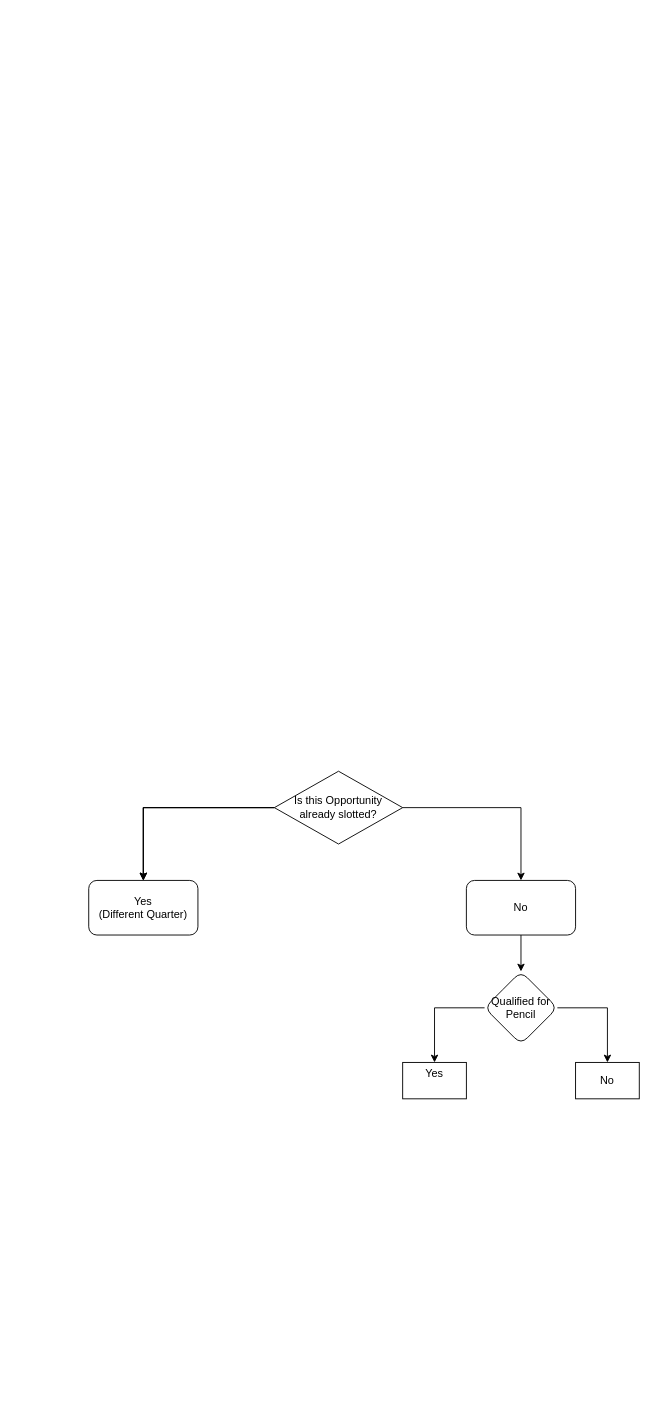
dclose84/Training keeps this draw.io diagram as md/Slot Optimization Program Qualification.drawio. Above is the earlier version. Source tidied: cells renumbered, new cells numbered last; positions are measured from the earlier drawing's top-left corner, leaving out a move shared by most shapes. Both pictures are drawn from the tidied source at 91%, with x=0, y=0 at pixel (88, 771).
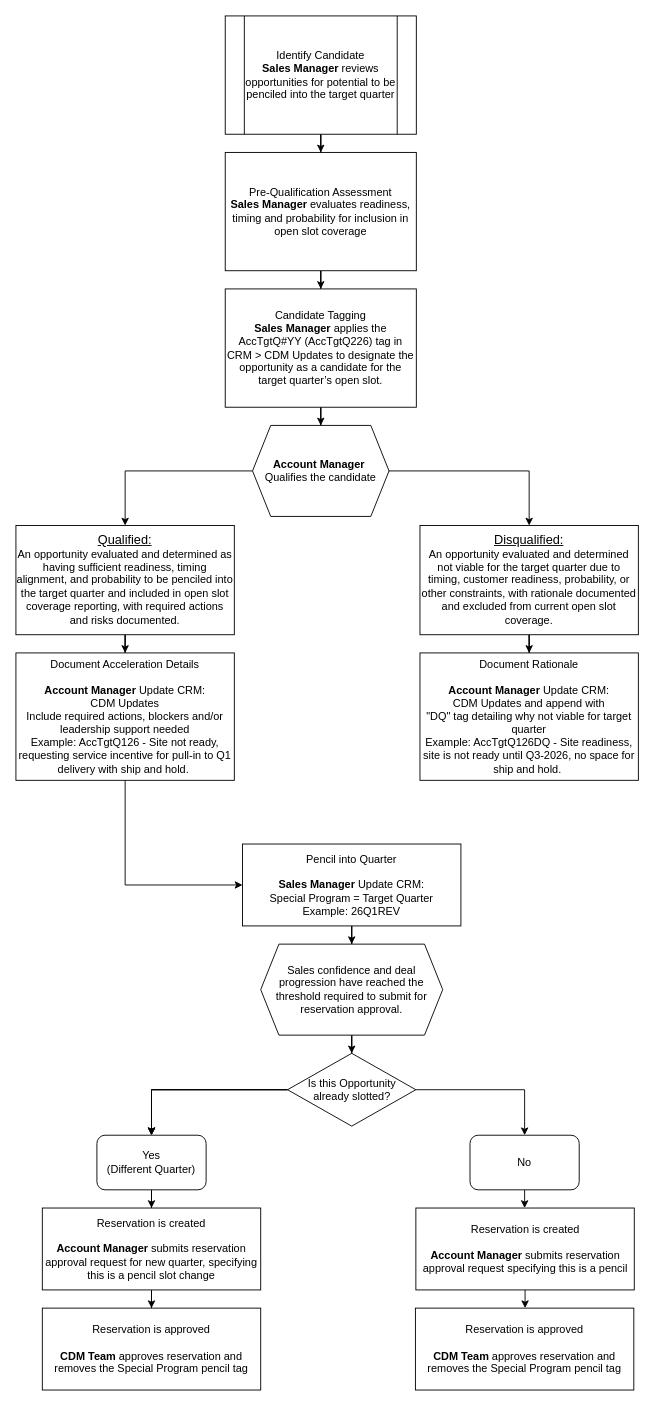
Above is the later version.

The edit, as a diff of the source:
```diff
@@
-    <mxCell id="2" style="edgeStyle=orthogonalEdgeStyle;rounded=0;jettySize=auto;html=1;" parent="1" edge="1" source="6" target="7">
-      <mxGeometry relative="1" as="geometry" />
-    </mxCell>
-    <mxCell id="3" style="edgeStyle=orthogonalEdgeStyle;rounded=0;jettySize=auto;html=1;" parent="1" edge="1" source="6" target="7">
-      <mxGeometry relative="1" as="geometry" />
-    </mxCell>
-    <mxCell id="4" style="edgeStyle=orthogonalEdgeStyle;rounded=0;jettySize=auto;html=1;" parent="1" edge="1" source="6" target="7">
-      <mxGeometry relative="1" as="geometry" />
-    </mxCell>
+    <mxCell id="15" style="edgeStyle=orthogonalEdgeStyle;rounded=0;jettySize=auto;html=1;" parent="1" edge="1" source="14" target="17">
+      <mxGeometry relative="1" as="geometry" />
+    </mxCell>
+    <mxCell id="14" value="&lt;font style=&quot;font-size: 14px;&quot;&gt;&lt;u&gt;Qualified:&lt;/u&gt;&lt;/font&gt;&lt;div&gt;&lt;font style=&quot;&quot;&gt;&lt;font&gt;An opportunity evaluated and determined as having sufficient readiness, timing alignment, and probability to be penciled into the target quarter and included in open slot coverage reporting, with required actions and risks documented.&lt;/font&gt;&lt;span style=&quot;font-size: 14px;&quot;&gt;&lt;u&gt;&lt;/u&gt;&lt;/span&gt;&lt;/font&gt;&lt;/div&gt;" style="rounded=0;whiteSpace=wrap;html=1;" parent="1" vertex="1">
+      <mxGeometry x="-80" y="-270" width="240" height="120" as="geometry" />
+    </mxCell>
+    <mxCell id="16" style="edgeStyle=orthogonalEdgeStyle;rounded=0;jettySize=auto;html=1;" parent="1" edge="1" source="17" target="31">
+      <mxGeometry relative="1" as="geometry">
+        <Array as="points">
+          <mxPoint x="40" y="125" />
+        </Array>
+      </mxGeometry>
+    </mxCell>
+    <mxCell id="17" value="&lt;div&gt;Document Acceleration Details&lt;/div&gt;&lt;div&gt;&lt;br&gt;&lt;/div&gt;&lt;div&gt;&lt;b&gt;Account Manager&lt;/b&gt; Update CRM:&lt;/div&gt;&lt;div&gt;CDM Updates&lt;/div&gt;&lt;div&gt;Include required actions, blockers and/or leadership support needed&lt;/div&gt;&lt;div&gt;Example: AccTgtQ126 - Site not ready, requesting service incentive for pull-in to Q1 delivery with ship and hold.&amp;nbsp;&lt;/div&gt;" style="rounded=0;whiteSpace=wrap;html=1;strokeColor=default;align=center;verticalAlign=middle;fontFamily=Helvetica;fontSize=12;fontColor=default;fillColor=default;" parent="1" vertex="1">
+      <mxGeometry x="-80" y="-130" width="240" height="140" as="geometry" />
+    </mxCell>
+    <mxCell id="18" style="edgeStyle=orthogonalEdgeStyle;rounded=0;jettySize=auto;html=1;" parent="1" edge="1" source="19" target="21">
+      <mxGeometry relative="1" as="geometry" />
+    </mxCell>
+    <mxCell id="19" value="Pre-Qualification Assessment&lt;div&gt;&lt;b&gt;Sales Manager&lt;/b&gt; evaluates readiness, timing and probability for inclusion in open slot coverage&lt;/div&gt;" style="whiteSpace=wrap;html=1;" parent="1" vertex="1">
+      <mxGeometry x="150" y="-680" width="210" height="130" as="geometry" />
+    </mxCell>
+    <mxCell id="20" style="edgeStyle=orthogonalEdgeStyle;rounded=0;jettySize=auto;html=1;" parent="1" edge="1" source="21" target="36">
+      <mxGeometry relative="1" as="geometry" />
+    </mxCell>
+    <mxCell id="21" value="&lt;div&gt;Candidate Tagging&lt;/div&gt;&lt;div&gt;&lt;b&gt;Sales Manager&lt;/b&gt; applies the AccTgtQ#YY (AccTgtQ226) tag in CRM &amp;gt; CDM Updates to designate the opportunity as a candidate for the target quarter’s open slot.&lt;/div&gt;" style="whiteSpace=wrap;html=1;" parent="1" vertex="1">
+      <mxGeometry x="150" y="-530" width="210" height="130" as="geometry" />
+    </mxCell>
+    <mxCell id="22" style="edgeStyle=orthogonalEdgeStyle;rounded=0;jettySize=auto;html=1;" parent="1" edge="1" source="23" target="24">
+      <mxGeometry relative="1" as="geometry" />
+    </mxCell>
+    <mxCell id="23" value="&lt;font style=&quot;font-size: 14px;&quot;&gt;&lt;u&gt;Disqualified:&lt;/u&gt;&lt;/font&gt;&lt;div&gt;&lt;font style=&quot;&quot;&gt;&lt;font&gt;An opportunity evaluated and determined not viable for the target quarter due to timing, customer readiness, probability, or other constraints, with rationale documented and excluded from current open slot coverage.&lt;/font&gt;&lt;span style=&quot;font-size: 14px;&quot;&gt;&lt;u&gt;&lt;/u&gt;&lt;/span&gt;&lt;/font&gt;&lt;/div&gt;" style="rounded=0;whiteSpace=wrap;html=1;" parent="1" vertex="1">
+      <mxGeometry x="364" y="-270" width="240" height="120" as="geometry" />
+    </mxCell>
+    <mxCell id="24" value="&lt;div&gt;Document Rationale&lt;/div&gt;&lt;div&gt;&lt;br&gt;&lt;/div&gt;&lt;div&gt;&lt;b&gt;Account Manager&lt;/b&gt; Update CRM:&lt;/div&gt;&lt;div&gt;CDM Updates and append with &quot;DQ&quot;&amp;nbsp;tag&amp;nbsp;&lt;span style=&quot;background-color: transparent; color: light-dark(rgb(0, 0, 0), rgb(255, 255, 255));&quot;&gt;detailing why not viable for target quarter&lt;/span&gt;&lt;/div&gt;&lt;div&gt;&lt;span style=&quot;background-color: transparent; color: light-dark(rgb(0, 0, 0), rgb(255, 255, 255));&quot;&gt;Example: AccTgtQ126DQ - Site readiness, site is not ready until Q3-2026, no space for ship and hold.&amp;nbsp;&lt;/span&gt;&lt;/div&gt;" style="rounded=0;whiteSpace=wrap;html=1;strokeColor=default;align=center;verticalAlign=middle;fontFamily=Helvetica;fontSize=12;fontColor=default;fillColor=default;" parent="1" vertex="1">
+      <mxGeometry x="364" y="-130" width="240" height="140" as="geometry" />
+    </mxCell>
+    <mxCell id="25" style="edgeStyle=orthogonalEdgeStyle;rounded=0;jettySize=auto;html=1;" parent="1" edge="1" source="6" target="7">
+      <mxGeometry relative="1" as="geometry" />
+    </mxCell>
+    <mxCell id="26" style="edgeStyle=orthogonalEdgeStyle;rounded=0;jettySize=auto;html=1;" parent="1" edge="1" source="6" target="7">
+      <mxGeometry relative="1" as="geometry" />
+    </mxCell>
+    <mxCell id="27" style="edgeStyle=orthogonalEdgeStyle;rounded=0;jettySize=auto;html=1;" parent="1" edge="1" source="6" target="7">
+      <mxGeometry relative="1" as="geometry" />
+    </mxCell>
@@
     <mxCell id="6" value="&lt;font&gt;Is this Opportunity already slotted?&lt;/font&gt;" style="rhombus;whiteSpace=wrap;html=1;" parent="1" vertex="1">
-      <mxGeometry x="204" width="141" height="80" as="geometry" />
+      <mxGeometry x="218.5" y="310" width="141" height="80" as="geometry" />
     </mxCell>
+    <mxCell id="28" style="edgeStyle=orthogonalEdgeStyle;rounded=0;jettySize=auto;html=1;" parent="1" edge="1" source="7" target="40">
+      <mxGeometry relative="1" as="geometry" />
+    </mxCell>
     <mxCell id="7" value="Yes&lt;div&gt;(Different Quarter)&lt;/div&gt;" style="rounded=1;whiteSpace=wrap;html=1;" parent="1" vertex="1">
-      <mxGeometry y="120" width="120" height="60" as="geometry" />
+      <mxGeometry x="9" y="400" width="120" height="60" as="geometry" />
     </mxCell>
-    <mxCell id="8" style="edgeStyle=orthogonalEdgeStyle;rounded=0;jettySize=auto;html=1;" parent="1" edge="1" source="9" target="12">
-      <mxGeometry relative="1" as="geometry" />
-    </mxCell>
+    <mxCell id="29" style="edgeStyle=orthogonalEdgeStyle;rounded=0;jettySize=auto;html=1;" parent="1" edge="1" source="9" target="42">
+      <mxGeometry relative="1" as="geometry" />
+    </mxCell>
     <mxCell id="9" value="No" style="rounded=1;whiteSpace=wrap;html=1;" parent="1" vertex="1">
-      <mxGeometry x="415" y="120" width="120" height="60" as="geometry" />
+      <mxGeometry x="419" y="400" width="120" height="60" as="geometry" />
     </mxCell>
-    <mxCell id="10" style="edgeStyle=orthogonalEdgeStyle;rounded=0;jettySize=auto;html=1;" parent="1" edge="1" source="12" target="14">
-      <mxGeometry relative="1" as="geometry" />
-    </mxCell>
-    <mxCell id="11" style="edgeStyle=orthogonalEdgeStyle;rounded=0;jettySize=auto;html=1;" parent="1" edge="1" source="12" target="13">
-      <mxGeometry relative="1" as="geometry" />
-    </mxCell>
-    <mxCell id="12" value="Qualified for Pencil" style="rhombus;whiteSpace=wrap;html=1;rounded=1;" parent="1" vertex="1">
-      <mxGeometry x="435" y="220" width="80" height="80" as="geometry" />
-    </mxCell>
-    <mxCell id="13" value="No" style="rounded=0;whiteSpace=wrap;html=1;" parent="1" vertex="1">
-      <mxGeometry x="535" y="320" width="70" height="40" as="geometry" />
-    </mxCell>
-    <mxCell id="14" value="Yes&lt;div&gt;&lt;br&gt;&lt;/div&gt;" style="rounded=0;whiteSpace=wrap;html=1;" parent="1" vertex="1">
-      <mxGeometry x="345" y="320" width="70" height="40" as="geometry" />
-    </mxCell>
+    <mxCell id="30" style="edgeStyle=orthogonalEdgeStyle;rounded=0;jettySize=auto;html=1;" parent="1" edge="1" source="31" target="38">
+      <mxGeometry relative="1" as="geometry" />
+    </mxCell>
+    <mxCell id="31" value="&lt;div&gt;Pencil into Quarter&lt;/div&gt;&lt;div&gt;&lt;br&gt;&lt;/div&gt;&lt;div&gt;&lt;b&gt;Sales Manager&lt;/b&gt; Update CRM:&lt;/div&gt;&lt;div&gt;&lt;span style=&quot;background-color: transparent; color: light-dark(rgb(0, 0, 0), rgb(255, 255, 255));&quot;&gt;Special Program = Target Quarter&lt;/span&gt;&lt;/div&gt;&lt;div&gt;&lt;span style=&quot;background-color: transparent; color: light-dark(rgb(0, 0, 0), rgb(255, 255, 255));&quot;&gt;Example: 26Q1REV&lt;/span&gt;&lt;/div&gt;" style="rounded=0;whiteSpace=wrap;html=1;strokeColor=default;align=center;verticalAlign=middle;fontFamily=Helvetica;fontSize=12;fontColor=default;fillColor=default;" parent="1" vertex="1">
+      <mxGeometry x="169" y="80" width="240" height="90" as="geometry" />
+    </mxCell>
+    <mxCell id="32" style="edgeStyle=orthogonalEdgeStyle;rounded=0;jettySize=auto;html=1;" parent="1" edge="1" source="33" target="19">
+      <mxGeometry relative="1" as="geometry" />
+    </mxCell>
+    <mxCell id="33" value="&lt;div&gt;Identify Candidate&lt;/div&gt;&lt;div&gt;&lt;b&gt;Sales Manager&lt;/b&gt;&amp;nbsp;reviews opportunities for potential to be penciled into the target quarter&lt;/div&gt;" style="shape=process;whiteSpace=wrap;html=1;backgroundOutline=1;" parent="1" vertex="1">
+      <mxGeometry x="150" y="-830" width="210" height="130" as="geometry" />
+    </mxCell>
+    <mxCell id="34" style="edgeStyle=orthogonalEdgeStyle;rounded=0;jettySize=auto;html=1;entryX=0.5;entryY=0;entryDx=0;entryDy=0;" parent="1" edge="1" source="36" target="14">
+      <mxGeometry relative="1" as="geometry" />
+    </mxCell>
+    <mxCell id="35" style="edgeStyle=orthogonalEdgeStyle;rounded=0;jettySize=auto;html=1;entryX=0.5;entryY=0;entryDx=0;entryDy=0;" parent="1" edge="1" source="36" target="23">
+      <mxGeometry relative="1" as="geometry" />
+    </mxCell>
+    <mxCell id="36" value="&lt;b&gt;Account Manager&amp;nbsp;&lt;/b&gt;&lt;div&gt;Qualifies the candidate&lt;/div&gt;" style="shape=hexagon;perimeter=hexagonPerimeter2;whiteSpace=wrap;html=1;fixedSize=1;" parent="1" vertex="1">
+      <mxGeometry x="180" y="-380" width="150" height="100" as="geometry" />
+    </mxCell>
+    <mxCell id="37" style="edgeStyle=orthogonalEdgeStyle;rounded=0;jettySize=auto;html=1;" parent="1" edge="1" source="38" target="6">
+      <mxGeometry relative="1" as="geometry" />
+    </mxCell>
+    <mxCell id="38" value="Sales confidence and deal progression have reached the threshold required to submit for reservation approval." style="shape=hexagon;perimeter=hexagonPerimeter2;whiteSpace=wrap;html=1;fixedSize=1;" parent="1" vertex="1">
+      <mxGeometry x="189" y="190" width="200" height="100" as="geometry" />
+    </mxCell>
+    <mxCell id="39" style="edgeStyle=orthogonalEdgeStyle;rounded=0;jettySize=auto;html=1;" parent="1" edge="1" source="40" target="44">
+      <mxGeometry relative="1" as="geometry" />
+    </mxCell>
+    <mxCell id="40" value="&lt;div&gt;Reservation is created&lt;/div&gt;&lt;div&gt;&lt;br&gt;&lt;/div&gt;&lt;div&gt;&lt;b&gt;Account Manager&lt;/b&gt;&amp;nbsp;submits reservation approval request for new quarter, specifying this is a pencil slot change&lt;br&gt;&lt;/div&gt;" style="rounded=0;whiteSpace=wrap;html=1;strokeColor=default;align=center;verticalAlign=middle;fontFamily=Helvetica;fontSize=12;fontColor=default;fillColor=default;" parent="1" vertex="1">
+      <mxGeometry x="-51" y="480" width="240" height="90" as="geometry" />
+    </mxCell>
+    <mxCell id="41" style="edgeStyle=orthogonalEdgeStyle;rounded=0;jettySize=auto;html=1;" parent="1" edge="1" source="42" target="43">
+      <mxGeometry relative="1" as="geometry" />
+    </mxCell>
+    <mxCell id="42" value="&lt;div&gt;Reservation is created&lt;/div&gt;&lt;div&gt;&lt;br&gt;&lt;/div&gt;&lt;div&gt;&lt;b&gt;Account Manager&lt;/b&gt;&amp;nbsp;submits reservation approval request&amp;nbsp;&lt;span style=&quot;background-color: transparent; color: light-dark(rgb(0, 0, 0), rgb(255, 255, 255));&quot;&gt;specifying this is a pencil&lt;/span&gt;&lt;br&gt;&lt;/div&gt;" style="rounded=0;whiteSpace=wrap;html=1;strokeColor=default;align=center;verticalAlign=middle;fontFamily=Helvetica;fontSize=12;fontColor=default;fillColor=default;" parent="1" vertex="1">
+      <mxGeometry x="359.5" y="480" width="240" height="90" as="geometry" />
+    </mxCell>
+    <mxCell id="43" value="&lt;div&gt;Reservation is approved&lt;/div&gt;&lt;div&gt;&lt;br&gt;&lt;/div&gt;&lt;div&gt;&lt;b&gt;CDM Team&lt;/b&gt;&amp;nbsp;approves reservation and removes the Special Program&lt;span style=&quot;background-color: transparent; color: light-dark(rgb(0, 0, 0), rgb(255, 255, 255));&quot;&gt;&amp;nbsp;pencil tag&lt;/span&gt;&lt;br&gt;&lt;/div&gt;" style="rounded=0;whiteSpace=wrap;html=1;strokeColor=default;align=center;verticalAlign=middle;fontFamily=Helvetica;fontSize=12;fontColor=default;fillColor=default;" parent="1" vertex="1">
+      <mxGeometry x="359" y="590" width="240" height="90" as="geometry" />
+    </mxCell>
+    <mxCell id="44" value="&lt;div&gt;Reservation is approved&lt;/div&gt;&lt;div&gt;&lt;br&gt;&lt;/div&gt;&lt;div&gt;&lt;b&gt;CDM Team&lt;/b&gt;&amp;nbsp;approves reservation and removes the Special Program&lt;span style=&quot;background-color: transparent; color: light-dark(rgb(0, 0, 0), rgb(255, 255, 255));&quot;&gt;&amp;nbsp;pencil tag&lt;/span&gt;&lt;br&gt;&lt;/div&gt;" style="rounded=0;whiteSpace=wrap;html=1;strokeColor=default;align=center;verticalAlign=middle;fontFamily=Helvetica;fontSize=12;fontColor=default;fillColor=default;" parent="1" vertex="1">
+      <mxGeometry x="-51" y="590" width="240" height="90" as="geometry" />
+    </mxCell>
```
